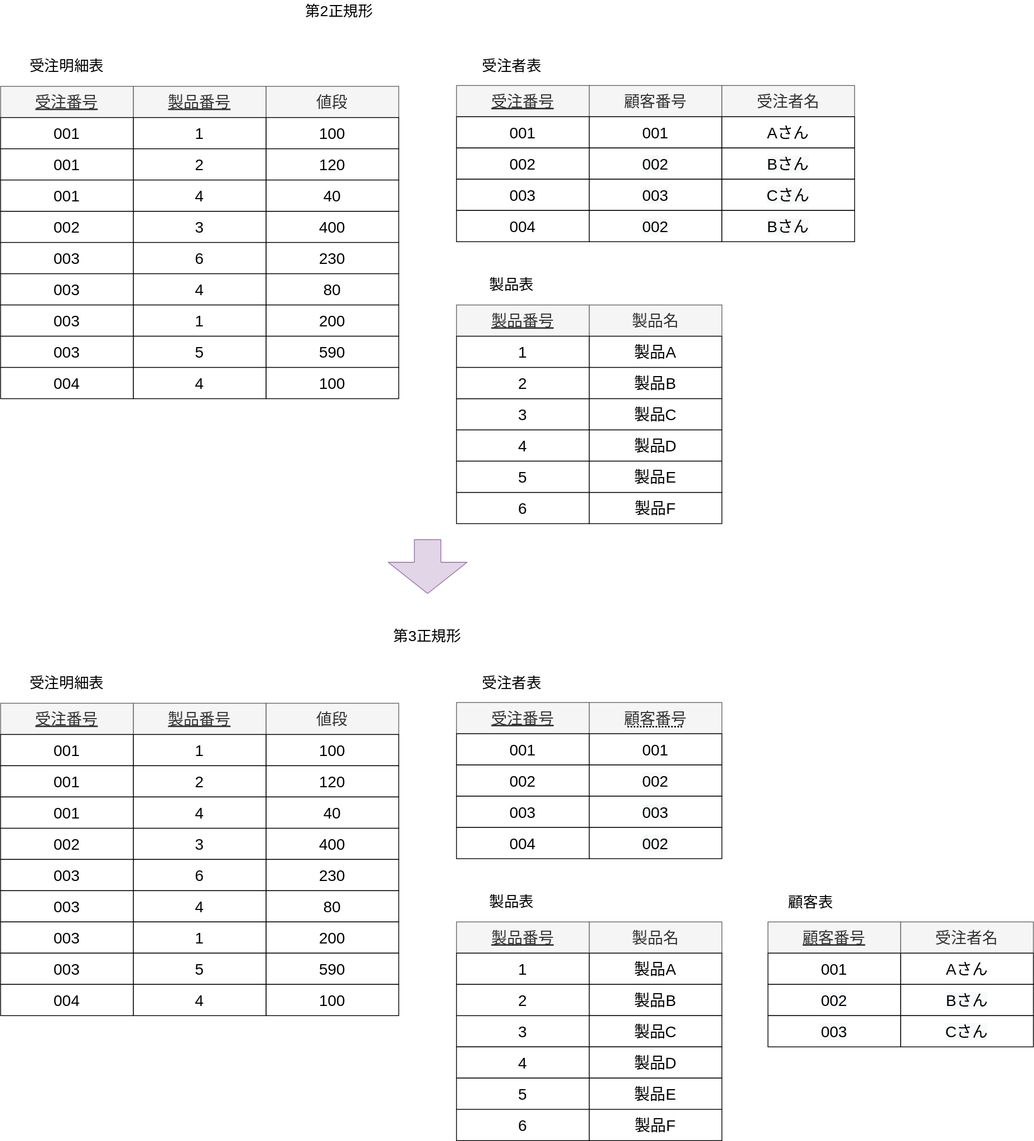
Above: static/img/svg/Database/normalization/normalization-4.drawio.svg in koseki2580/study-docs (draw.io), before the change. Source tidied: cells renumbered, new cells last; positions are measured from the earlier drawing's top-left corner, leaving out a move shared by most shapes.
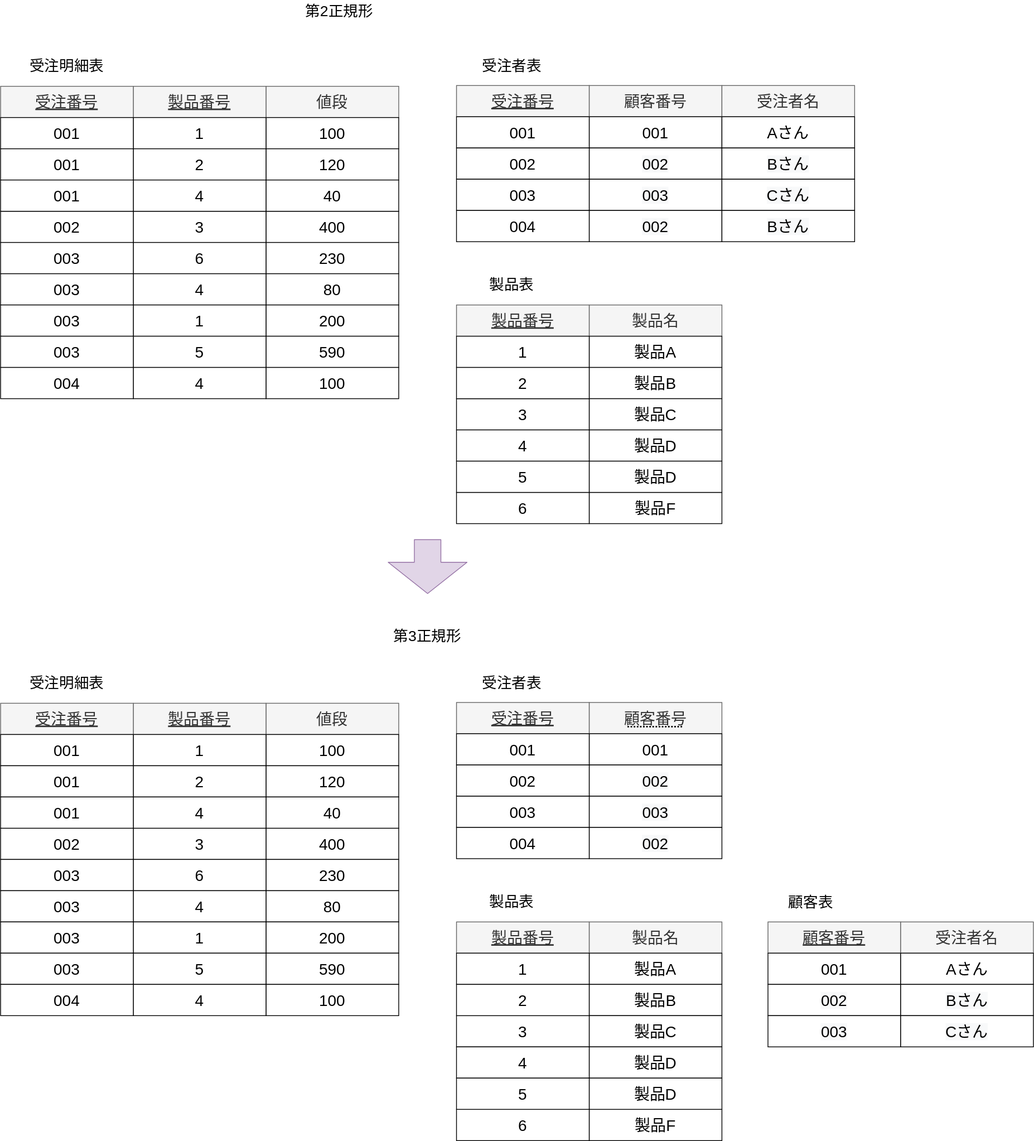
The same file after the commit.

Change to the diagram source:
```diff
@@ -158,7 +158,7 @@
     <mxCell id="52" value="製品D" style="rounded=0;whiteSpace=wrap;html=1;fontSize=20;" parent="1" vertex="1">
       <mxGeometry x="754" y="550" width="170" height="40" as="geometry" />
     </mxCell>
-    <mxCell id="53" value="製品E" style="rounded=0;whiteSpace=wrap;html=1;fontSize=20;" parent="1" vertex="1">
+    <mxCell id="53" value="製品D" style="rounded=0;whiteSpace=wrap;html=1;fontSize=20;" parent="1" vertex="1">
       <mxGeometry x="754" y="590" width="170" height="40" as="geometry" />
     </mxCell>
     <mxCell id="54" value="製品番号" style="rounded=0;whiteSpace=wrap;html=1;fontSize=20;fillColor=#f5f5f5;fontColor=#333333;strokeColor=#666666;fontStyle=4;" parent="1" vertex="1">
@@ -344,7 +344,7 @@
     <mxCell id="114" value="製品D" style="rounded=0;whiteSpace=wrap;html=1;fontSize=20;" parent="1" vertex="1">
       <mxGeometry x="754" y="1340" width="170" height="40" as="geometry" />
     </mxCell>
-    <mxCell id="115" value="製品E" style="rounded=0;whiteSpace=wrap;html=1;fontSize=20;" parent="1" vertex="1">
+    <mxCell id="115" value="製品D" style="rounded=0;whiteSpace=wrap;html=1;fontSize=20;" parent="1" vertex="1">
       <mxGeometry x="754" y="1380" width="170" height="40" as="geometry" />
     </mxCell>
     <mxCell id="116" value="製品番号" style="rounded=0;whiteSpace=wrap;html=1;fontSize=20;fillColor=#f5f5f5;fontColor=#333333;strokeColor=#666666;fontStyle=4;" parent="1" vertex="1">
```
